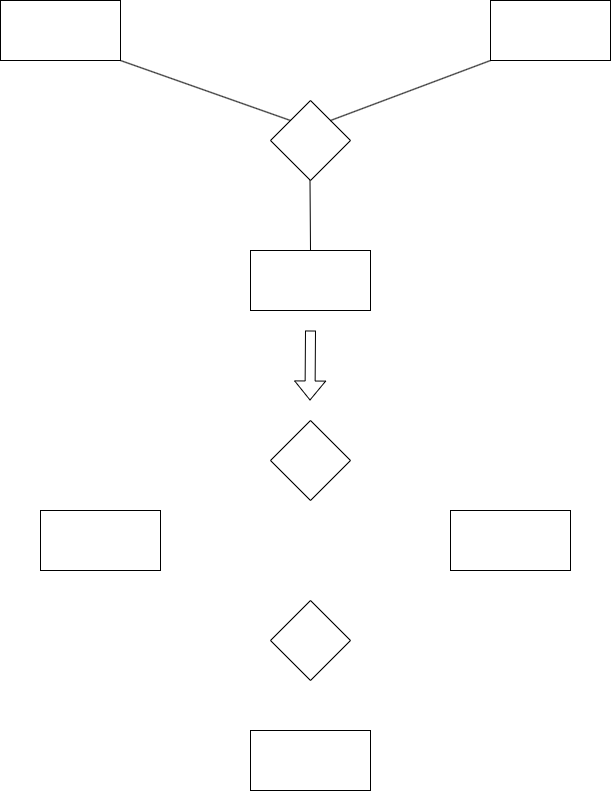
Above: Chương 3 QT2(Mô hình hóa).png in datnham0212/learning (draw.io), before the change. Source tidied: cells renumbered, new cells last; positions are measured from the earlier drawing's top-left corner, leaving out a move shared by most shapes.
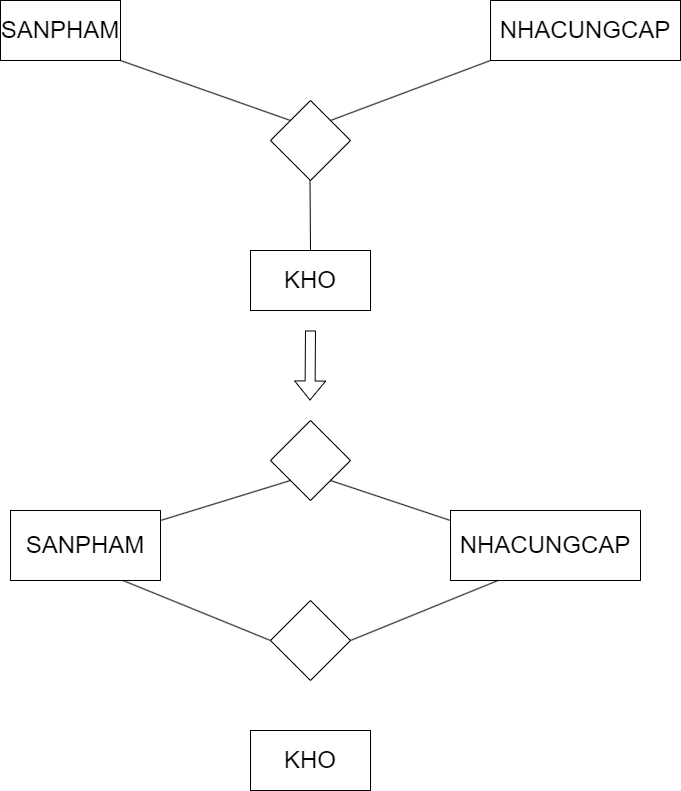
Above is the later version.

What changed in the source:
```diff
@@ -2,14 +2,14 @@
   <root>
     <mxCell id="0" />
     <mxCell id="1" parent="0" />
-    <mxCell id="2" style="rounded=0;whiteSpace=wrap;html=1;fontSize=24;" parent="1" vertex="1">
+    <mxCell id="2" value="KHO" style="rounded=0;whiteSpace=wrap;html=1;fontSize=24;" parent="1" vertex="1">
       <mxGeometry x="250" y="250" width="120" height="60" as="geometry" />
     </mxCell>
-    <mxCell id="3" style="rounded=0;whiteSpace=wrap;html=1;fontSize=24;" parent="1" vertex="1">
+    <mxCell id="3" value="SANPHAM" style="rounded=0;whiteSpace=wrap;html=1;fontSize=24;" parent="1" vertex="1">
       <mxGeometry width="120" height="60" as="geometry" />
     </mxCell>
-    <mxCell id="4" style="rounded=0;whiteSpace=wrap;html=1;fontSize=24;" parent="1" vertex="1">
-      <mxGeometry x="490" width="120" height="60" as="geometry" />
+    <mxCell id="4" value="NHACUNGCAP" style="rounded=0;whiteSpace=wrap;html=1;fontSize=24;" parent="1" vertex="1">
+      <mxGeometry x="490" width="190" height="60" as="geometry" />
     </mxCell>
     <mxCell id="5" style="endArrow=none;html=1;rounded=0;fontSize=24;exitX=0;exitY=0;exitDx=0;exitDy=0;entryX=1;entryY=1;entryDx=0;entryDy=0;" parent="1" edge="1" source="7" target="3">
       <mxGeometry relative="1" as="geometry" />
@@ -27,26 +27,45 @@
         <mxPoint x="490" y="60" as="targetPoint" />
       </mxGeometry>
     </mxCell>
-    <mxCell id="9" style="shape=flexArrow;endArrow=classic;html=1;rounded=0;" parent="1" edge="1">
+    <mxCell id="9" style="shape=flexArrow;endArrow=classic;html=1;rounded=0;fontSize=24;" parent="1" edge="1">
       <mxGeometry relative="1" as="geometry">
         <mxPoint x="310" y="330" as="sourcePoint" />
         <mxPoint x="309.5" y="400" as="targetPoint" />
       </mxGeometry>
     </mxCell>
-    <mxCell id="10" style="rounded=0;whiteSpace=wrap;html=1;" parent="1" vertex="1">
-      <mxGeometry x="40" y="510" width="120" height="60" as="geometry" />
+    <mxCell id="10" value="SANPHAM" style="rounded=0;whiteSpace=wrap;html=1;fontSize=24;" parent="1" vertex="1">
+      <mxGeometry x="10" y="510" width="150" height="70" as="geometry" />
     </mxCell>
-    <mxCell id="11" style="rounded=0;whiteSpace=wrap;html=1;" parent="1" vertex="1">
-      <mxGeometry x="450" y="510" width="120" height="60" as="geometry" />
+    <mxCell id="11" value="NHACUNGCAP" style="rounded=0;whiteSpace=wrap;html=1;fontSize=24;" parent="1" vertex="1">
+      <mxGeometry x="450" y="510" width="190" height="70" as="geometry" />
     </mxCell>
-    <mxCell id="12" style="rhombus;whiteSpace=wrap;html=1;" parent="1" vertex="1">
+    <mxCell id="12" style="rhombus;whiteSpace=wrap;html=1;fontSize=24;" parent="1" vertex="1">
       <mxGeometry x="270" y="420" width="80" height="80" as="geometry" />
     </mxCell>
-    <mxCell id="13" style="rhombus;whiteSpace=wrap;html=1;" parent="1" vertex="1">
+    <mxCell id="13" style="rhombus;whiteSpace=wrap;html=1;fontSize=24;" parent="1" vertex="1">
       <mxGeometry x="270" y="600" width="80" height="80" as="geometry" />
     </mxCell>
-    <mxCell id="14" style="rounded=0;whiteSpace=wrap;html=1;" parent="1" vertex="1">
+    <mxCell id="14" value="KHO" style="rounded=0;whiteSpace=wrap;html=1;fontSize=24;" parent="1" vertex="1">
       <mxGeometry x="250" y="730" width="120" height="60" as="geometry" />
     </mxCell>
+    <mxCell id="15" style="endArrow=none;html=1;rounded=0;fontSize=24;entryX=1;entryY=1;entryDx=0;entryDy=0;" parent="1" edge="1">
+      <mxGeometry relative="1" as="geometry">
+        <mxPoint x="450" y="520" as="sourcePoint" />
+        <mxPoint x="330" y="480" as="targetPoint" />
+      </mxGeometry>
+    </mxCell>
+    <mxCell id="16" style="endArrow=none;html=1;rounded=0;fontSize=24;entryX=0.75;entryY=1;entryDx=0;entryDy=0;exitX=0;exitY=0.5;exitDx=0;exitDy=0;" parent="1" edge="1" source="13" target="10">
+      <mxGeometry relative="1" as="geometry" />
+    </mxCell>
+    <mxCell id="17" style="endArrow=none;html=1;rounded=0;fontSize=24;entryX=0.25;entryY=1;entryDx=0;entryDy=0;exitX=0;exitY=0.5;exitDx=0;exitDy=0;" parent="1" edge="1" target="11">
+      <mxGeometry relative="1" as="geometry">
+        <mxPoint x="350" y="640" as="sourcePoint" />
+      </mxGeometry>
+    </mxCell>
+    <mxCell id="18" style="endArrow=none;html=1;rounded=0;fontSize=24;entryX=1;entryY=1;entryDx=0;entryDy=0;exitX=0;exitY=1;exitDx=0;exitDy=0;" parent="1" edge="1" source="12">
+      <mxGeometry relative="1" as="geometry">
+        <mxPoint x="160" y="520" as="targetPoint" />
+      </mxGeometry>
+    </mxCell>
   </root>
 </mxGraphModel>
```
